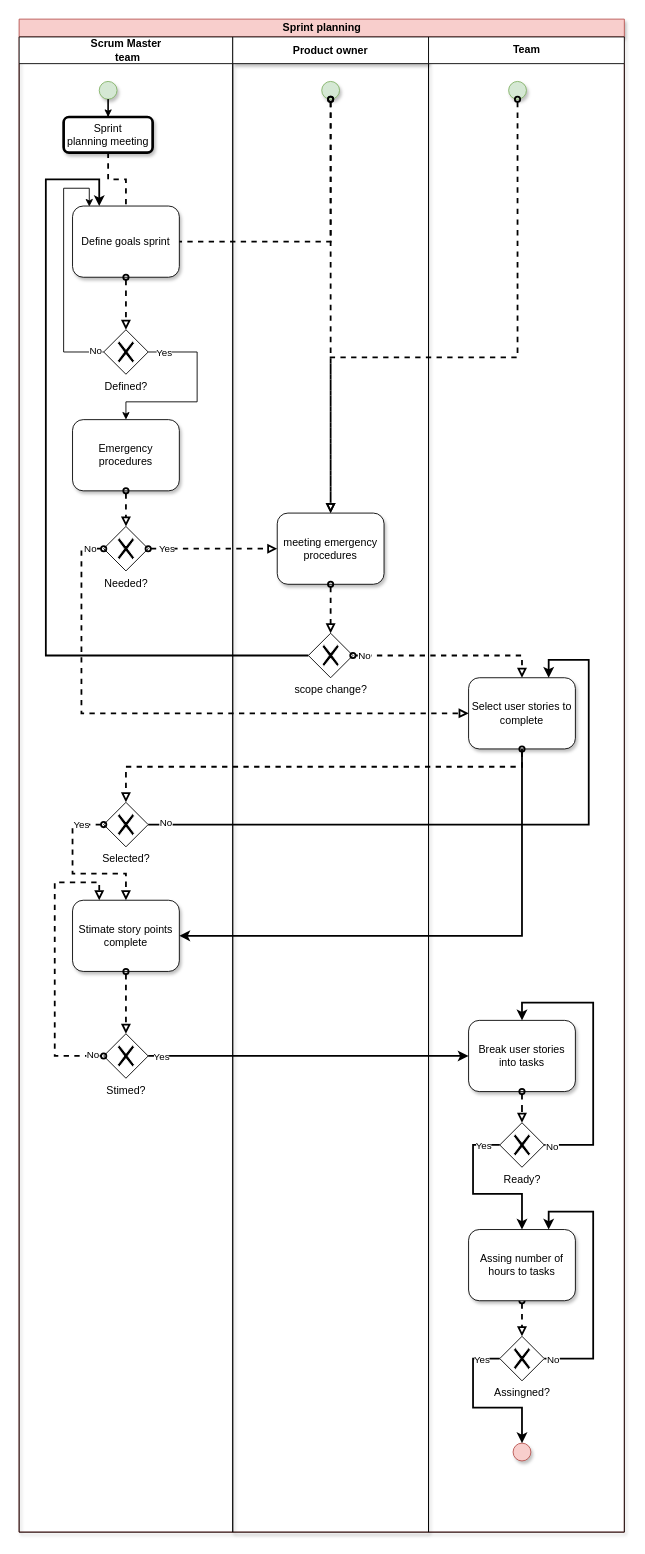
This is page "Game" (2 of 2) of BPMN_Pre-game.drawio from JavierCabreraDev/Metodologia_Practica, a draw.io file, before an edit. Source tidied: cells renumbered, new cells numbered last; positions are measured from the earlier drawing's top-left corner, leaving out a move shared by most shapes. Both pictures are drawn from the tidied source at 89%, with x=0, y=0 at pixel (19, 19).
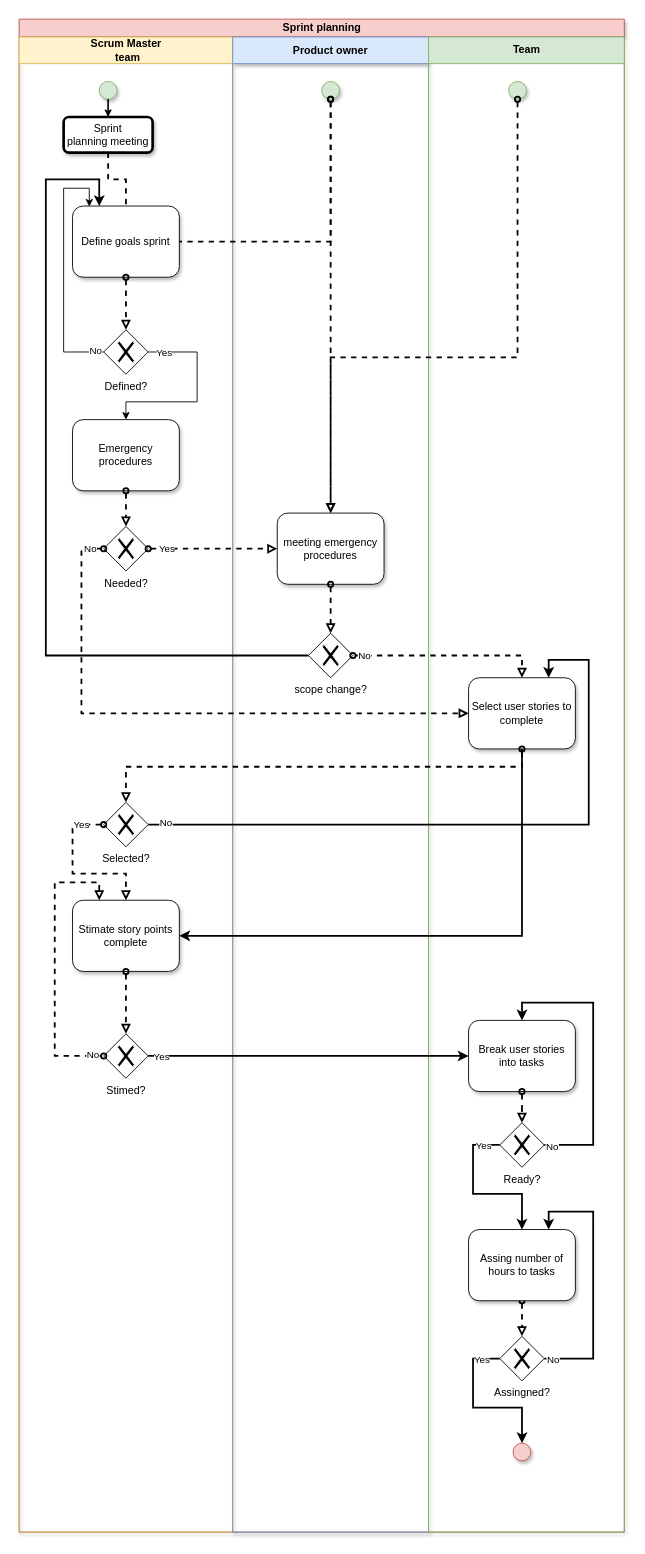
The same diagram, later.

The change refers to these unchanged cells:
```xml
<mxCell id="8" value="Sprint planning" style="swimlane;html=1;startSize=20;shadow=1;glass=0;fillColor=#f8cecc;strokeColor=#b85450;" parent="1" vertex="1">
  <mxGeometry width="680" height="1700" as="geometry" />
</mxCell>
```

The edit, as a diff of the source:
```diff
@@
-    <mxCell id="9" value="Scrum Master&lt;br&gt;&amp;nbsp;team" style="swimlane;html=1;startSize=30;" parent="8" vertex="1">
+    <mxCell id="9" value="Scrum Master&lt;br&gt;&amp;nbsp;team" style="swimlane;html=1;startSize=30;fillColor=#fff2cc;strokeColor=#d6b656;" parent="8" vertex="1">
       <mxGeometry y="20" width="240" height="1680" as="geometry" />
     </mxCell>
@@
-    <mxCell id="19" value="Product owner" style="swimlane;startSize=30;shadow=1;glass=0;" parent="8" vertex="1">
+    <mxCell id="19" value="Product owner" style="swimlane;startSize=30;shadow=1;glass=0;fillColor=#dae8fc;strokeColor=#6c8ebf;" parent="8" vertex="1">
       <mxGeometry x="240" y="20" width="220" height="1680" as="geometry" />
     </mxCell>
@@
-    <mxCell id="21" value="Team" style="swimlane;html=1;startSize=30;" parent="8" vertex="1">
+    <mxCell id="21" value="Team" style="swimlane;html=1;startSize=30;fillColor=#d5e8d4;strokeColor=#82b366;" parent="8" vertex="1">
       <mxGeometry x="460" y="20" width="220" height="1680" as="geometry" />
     </mxCell>
```
